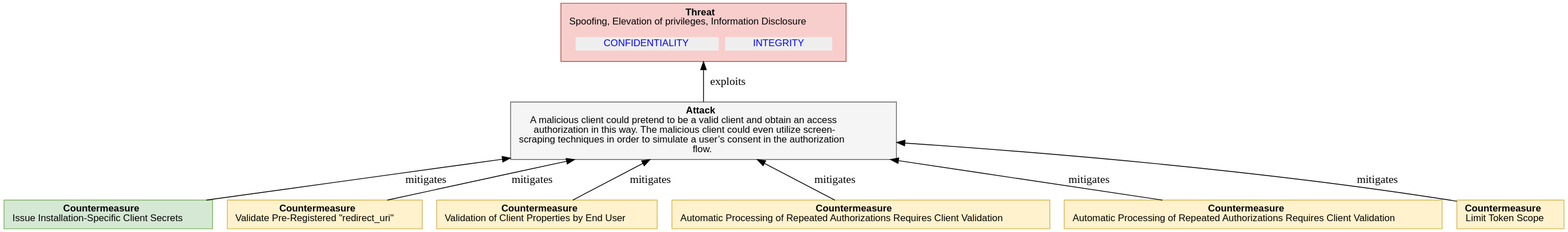
DavidCervigni/threat-models keeps this PlantUML diagram as report-examples/OAuth2/img/threatTree/4_4_1_4_CLIENT_SPOOFING1.svg. Above is the earlier version. Its source is kept beside it as report-examples/OAuth2/img/threatTree/4_4_1_4_CLIENT_SPOOFING1.puml.
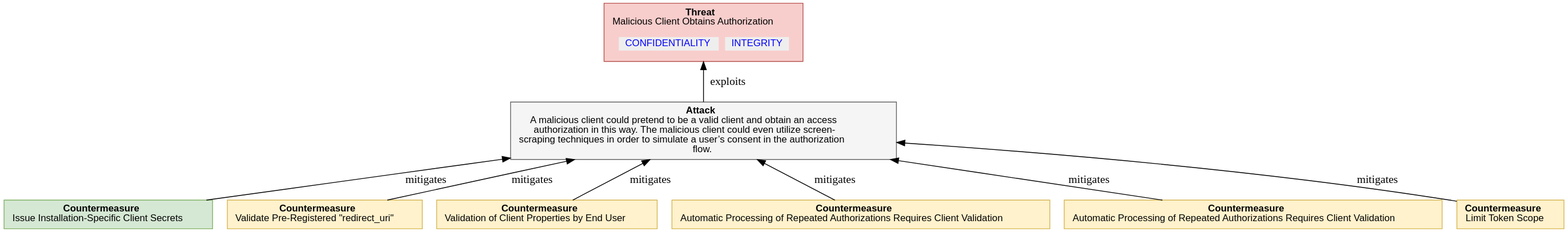
Later version of the same file.

What changed in the source:
```diff
@@ -7,7 +7,7 @@
     <<table border="0" cellborder="0" cellspacing="0">
      <tr><td align="center"><b>Threat</b><br/>
 
-Spoofing, Elevation of privileges, Information Disclosure
+Malicious Client Obtains Authorization
 </td></tr>
      <tr><td><table border="0" cellborder="0" cellspacing="8"><tr>
                 ret += secObj.linkedImpactMDText()
```
